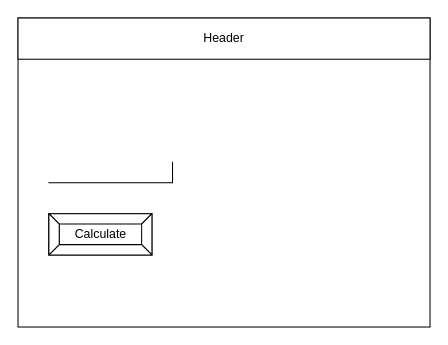
Above: design/story-board.drawio in Justin-Lavoie16/Unit-5-07-JS (draw.io), before the change. Source tidied: cells renumbered, new cells numbered last; positions are measured from the earlier drawing's top-left corner, leaving out a move shared by most shapes. Both pictures are drawn from the tidied source at 103%, with x=0, y=0 at pixel (18, 18).
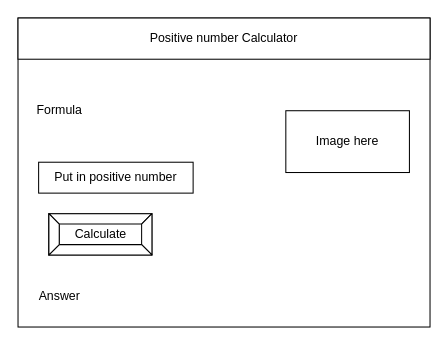
After the change.

Diff of the diagram source:
```diff
@@
 <mxGraphModel>
   <root>
     <mxCell id="0" />
     <mxCell id="1" parent="0" />
     <mxCell id="2" style="rounded=0;whiteSpace=wrap;html=1;" parent="1" vertex="1">
       <mxGeometry width="400" height="300" as="geometry" />
     </mxCell>
-    <mxCell id="3" value="Header" style="rounded=0;whiteSpace=wrap;html=1;" parent="1" vertex="1">
+    <mxCell id="3" value="Positive number Calculator" style="rounded=0;whiteSpace=wrap;html=1;" parent="1" vertex="1">
       <mxGeometry width="400" height="40" as="geometry" />
     </mxCell>
-    <mxCell id="4" style="shape=partialRectangle;whiteSpace=wrap;html=1;top=0;left=0;fillColor=none;" parent="1" vertex="1">
-      <mxGeometry x="30" y="140" width="120" height="20" as="geometry" />
-    </mxCell>
     <mxCell id="5" value="Calculate" style="labelPosition=center;verticalLabelPosition=middle;align=center;html=1;shape=mxgraph.basic.button;dx=10;" parent="1" vertex="1">
       <mxGeometry x="30" y="190" width="100" height="40" as="geometry" />
     </mxCell>
+    <mxCell id="6" value="Put in positive number" style="whiteSpace=wrap;html=1;" parent="1" vertex="1">
+      <mxGeometry x="20" y="140" width="150" height="30" as="geometry" />
+    </mxCell>
+    <mxCell id="7" value="Formula" style="text;html=1;align=center;verticalAlign=middle;fillColor=none;strokeColor=none;rounded=0;" parent="1" vertex="1">
+      <mxGeometry x="10" y="80" width="60" height="20" as="geometry" />
+    </mxCell>
+    <mxCell id="8" value="Answer" style="text;html=1;align=center;verticalAlign=middle;fillColor=none;strokeColor=none;rounded=0;" parent="1" vertex="1">
+      <mxGeometry x="10" y="260" width="60" height="20" as="geometry" />
+    </mxCell>
+    <mxCell id="9" value="Image here" style="whiteSpace=wrap;html=1;" parent="1" vertex="1">
+      <mxGeometry x="260" y="90" width="120" height="60" as="geometry" />
+    </mxCell>
   </root>
 </mxGraphModel>
```
